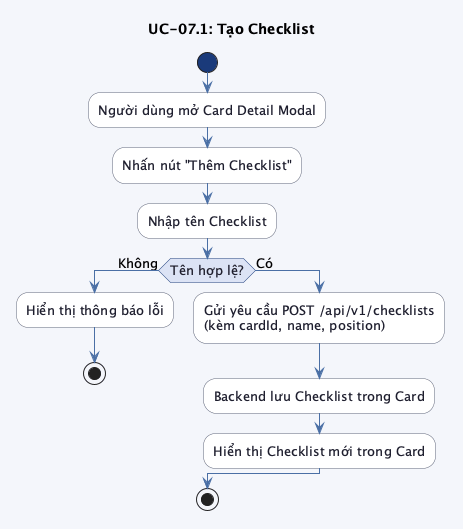
trongnhan34vn/trello-report keeps this PlantUML diagram as src/images/chap3/activity_uc07_1.png. Above is the earlier version. Source of this version:
```plantuml
@startuml activity_uc07_1

skinparam linetype ortho
skinparam defaultFontSize 13
skinparam backgroundColor #f4f6fb
skinparam activity {
    BackgroundColor #ffffff
    BorderColor #5b6279
    FontColor #1e1e2e
    ArrowColor #4a6fa5
    DiamondBackgroundColor #dce3f5
    DiamondBorderColor #1a3a7a
    DiamondFontColor #1e1e2e
    StartColor #1a3a7a
    EndColor #1a3a7a
}

title UC-07.1: Tạo Checklist

start

:Người dùng mở Card Detail Modal;
:Nhấn nút "Thêm Checklist";
:Nhập tên Checklist;

if (Tên hợp lệ?) then (Không)
    :Hiển thị thông báo lỗi;
    stop
else (Có)
    :Gửi yêu cầu POST /api/v1/checklists\n(kèm cardId, name, position);
    :Backend lưu Checklist trong Card;
    :Hiển thị Checklist mới trong Card;
endif

stop

@enduml
```
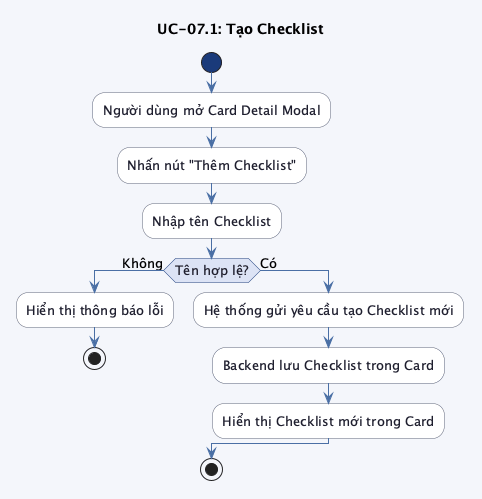
The same file after the commit.

Change to the diagram source:
```diff
@@ -27,7 +27,7 @@
     :Hiển thị thông báo lỗi;
     stop
 else (Có)
-    :Gửi yêu cầu POST /api/v1/checklists\n(kèm cardId, name, position);
+    :Hệ thống gửi yêu cầu tạo Checklist mới;
     :Backend lưu Checklist trong Card;
     :Hiển thị Checklist mới trong Card;
 endif
```
